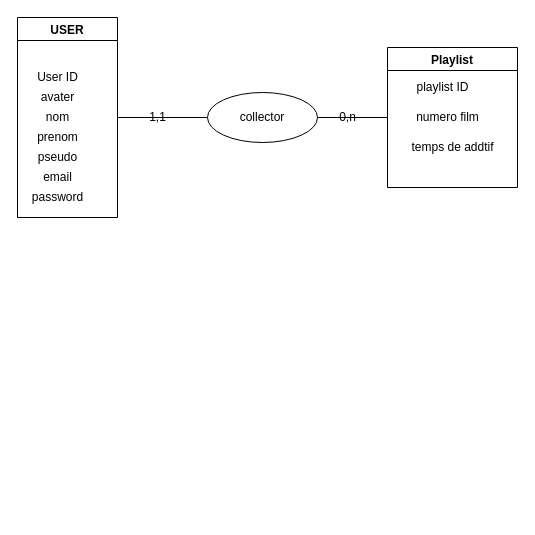
The draw.io diagram public/MCD CDAW JIaQi Hao.drawio in HaoJi4037/uv-cdaw-2022, before the edit. Source tidied: cells renumbered, new cells numbered last; positions are measured from the earlier drawing's top-left corner, leaving out a move shared by most shapes. Both pictures are drawn from the tidied source at 100%, with x=0, y=0 at pixel (17, 17).
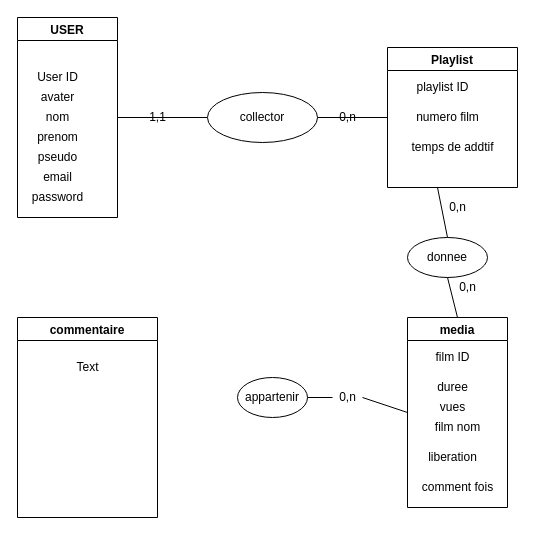
Above is the later version.

Diff of the diagram source:
```diff
@@
+    <mxCell id="19" value="donnee" style="ellipse;whiteSpace=wrap;html=1;" parent="1" vertex="1">
+      <mxGeometry x="390" y="220" width="80" height="40" as="geometry" />
+    </mxCell>
+    <mxCell id="20" style="endArrow=none;html=1;rounded=0;exitX=0.5;exitY=0;exitDx=0;exitDy=0;" parent="1" edge="1" source="19">
+      <mxGeometry relative="1" as="geometry">
+        <mxPoint x="420" y="170" as="targetPoint" />
+      </mxGeometry>
+    </mxCell>
+    <mxCell id="21" value="0,n" style="text;html=1;align=center;verticalAlign=middle;strokeColor=none;fillColor=none;" parent="1" vertex="1">
+      <mxGeometry x="425" y="180" width="30" height="20" as="geometry" />
+    </mxCell>
+    <mxCell id="22" value="media" style="swimlane;" parent="1" vertex="1">
+      <mxGeometry x="390" y="300" width="100" height="190" as="geometry" />
+    </mxCell>
+    <mxCell id="23" value="duree" style="text;html=1;align=center;verticalAlign=middle;strokeColor=none;fillColor=none;" parent="22" vertex="1">
+      <mxGeometry x="20" y="60" width="50" height="20" as="geometry" />
+    </mxCell>
+    <mxCell id="24" value="vues" style="text;html=1;align=center;verticalAlign=middle;strokeColor=none;fillColor=none;" parent="22" vertex="1">
+      <mxGeometry x="25" y="80" width="40" height="20" as="geometry" />
+    </mxCell>
+    <mxCell id="25" value="film ID" style="text;html=1;align=center;verticalAlign=middle;strokeColor=none;fillColor=none;" parent="22" vertex="1">
+      <mxGeometry x="20" y="30" width="50" height="20" as="geometry" />
+    </mxCell>
+    <mxCell id="26" value="film nom" style="text;html=1;align=center;verticalAlign=middle;strokeColor=none;fillColor=none;" parent="22" vertex="1">
+      <mxGeometry x="20" y="100" width="60" height="20" as="geometry" />
+    </mxCell>
+    <mxCell id="27" value="liberation" style="text;html=1;align=center;verticalAlign=middle;strokeColor=none;fillColor=none;" parent="22" vertex="1">
+      <mxGeometry x="15" y="130" width="60" height="20" as="geometry" />
+    </mxCell>
+    <mxCell id="28" style="endArrow=none;html=1;rounded=0;entryX=0.5;entryY=1;entryDx=0;entryDy=0;exitX=0.5;exitY=0;exitDx=0;exitDy=0;" parent="1" edge="1" source="22" target="19">
+      <mxGeometry relative="1" as="geometry" />
+    </mxCell>
+    <mxCell id="29" value="0,n" style="text;html=1;align=center;verticalAlign=middle;strokeColor=none;fillColor=none;" parent="1" vertex="1">
+      <mxGeometry x="435" y="260" width="30" height="20" as="geometry" />
+    </mxCell>
+    <mxCell id="30" value="comment fois" style="text;html=1;align=center;verticalAlign=middle;strokeColor=none;fillColor=none;" parent="1" vertex="1">
+      <mxGeometry x="395" y="460" width="90" height="20" as="geometry" />
+    </mxCell>
+    <mxCell id="31" value="appartenir" style="ellipse;whiteSpace=wrap;html=1;" parent="1" vertex="1">
+      <mxGeometry x="220" y="360" width="70" height="40" as="geometry" />
+    </mxCell>
+    <mxCell id="32" style="endArrow=none;html=1;rounded=0;exitX=1;exitY=0.5;exitDx=0;exitDy=0;entryX=0;entryY=0.5;entryDx=0;entryDy=0;startArrow=none;" parent="1" edge="1" source="33" target="22">
+      <mxGeometry relative="1" as="geometry" />
+    </mxCell>
+    <mxCell id="33" value="0,n" style="text;html=1;align=center;verticalAlign=middle;points=[];strokeColor=none;fillColor=none;" parent="1" vertex="1">
+      <mxGeometry x="315" y="370" width="30" height="20" as="geometry" />
+    </mxCell>
+    <mxCell id="34" style="endArrow=none;html=1;rounded=0;exitX=1;exitY=0.5;exitDx=0;exitDy=0;entryX=0;entryY=0.5;entryDx=0;entryDy=0;" parent="1" edge="1" source="31" target="33">
+      <mxGeometry relative="1" as="geometry" />
+    </mxCell>
+    <mxCell id="35" value="commentaire" style="swimlane;" parent="1" vertex="1">
+      <mxGeometry y="300" width="140" height="200" as="geometry" />
+    </mxCell>
+    <mxCell id="36" value="Text" style="text;html=1;align=center;verticalAlign=middle;strokeColor=none;fillColor=none;" parent="1" vertex="1">
+      <mxGeometry x="50" y="340" width="40" height="20" as="geometry" />
+    </mxCell>
```
